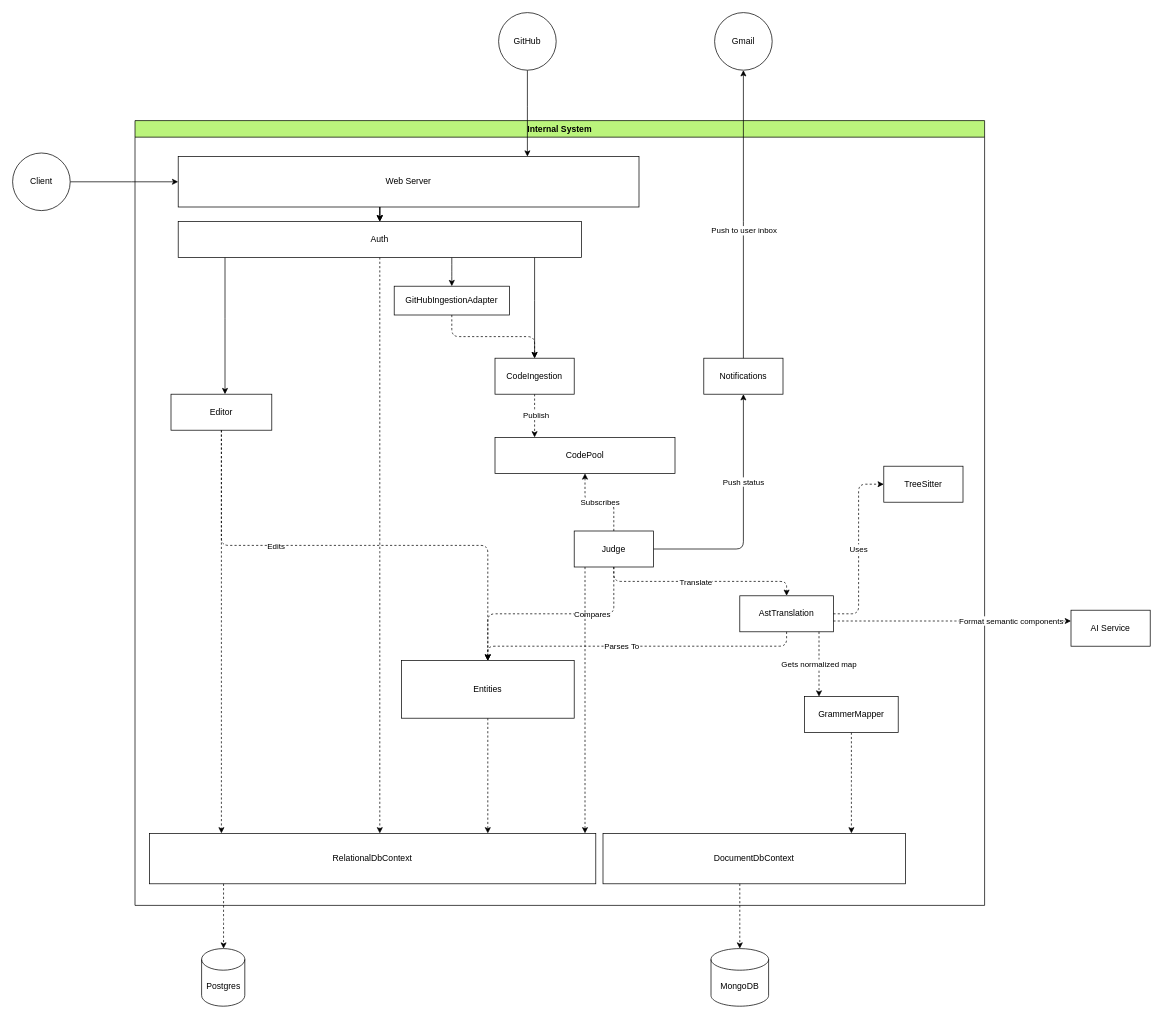
The draw.io diagram Docs/Internal/architecture.drawio in Wright-u/core-backend, before the edit. Source tidied: cells renumbered, new cells numbered last; positions are measured from the earlier drawing's top-left corner, leaving out a move shared by most shapes. Both pictures are drawn from the tidied source at 72%, with x=0, y=0 at pixel (12, 12).
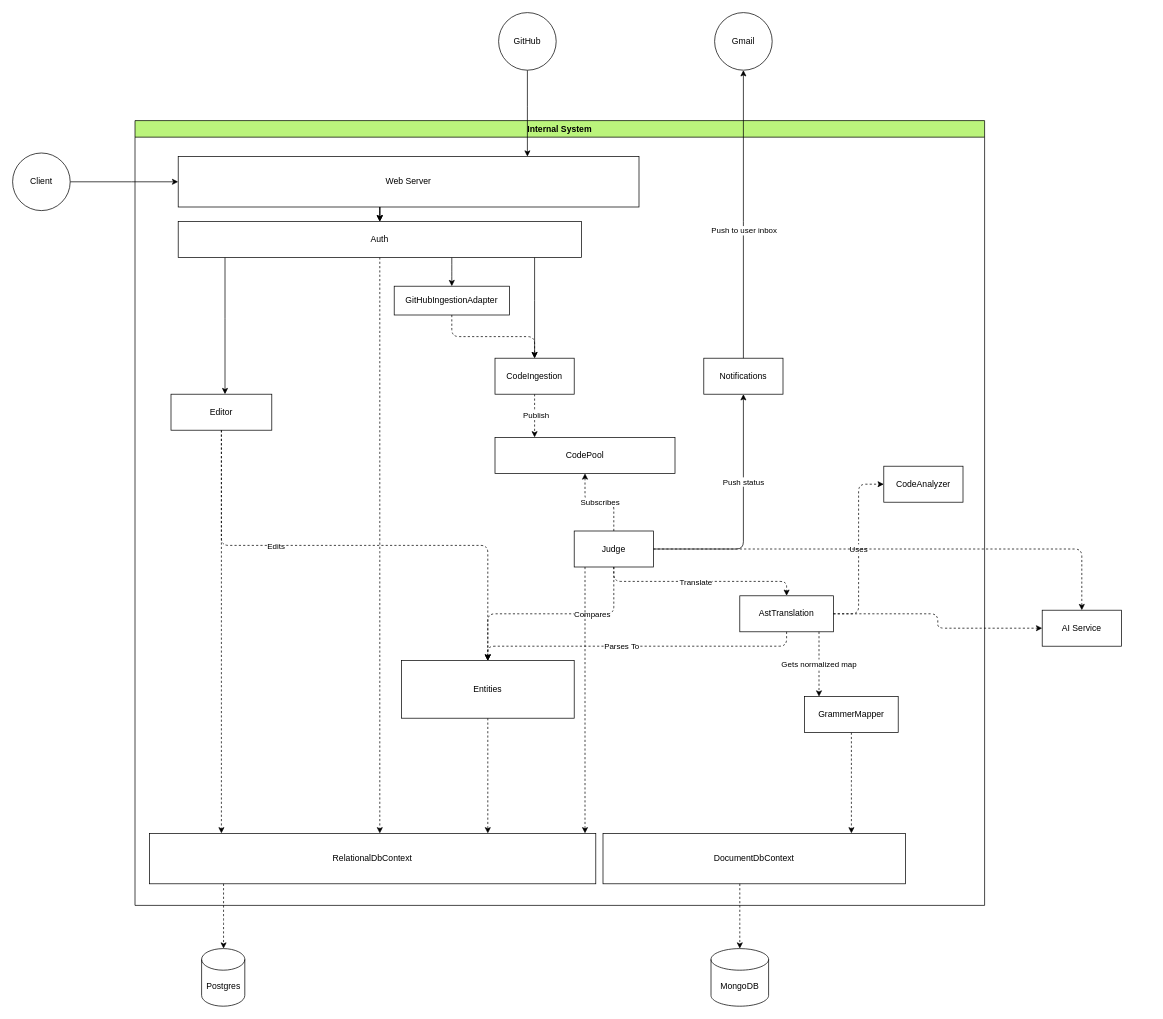
Above is the later version.

Commit message:
Change architecture a bit

The change refers to these unchanged cells:
```xml
<mxCell id="2" value="Internal System" style="swimlane;whiteSpace=wrap;html=1;fillColor=light-dark(#BBF47C,#BBF47C);fontColor=light-dark(#000000,#000000);" parent="1" vertex="1">
  <mxGeometry x="170" y="150" width="1180" height="1090" as="geometry" />
</mxCell>
<mxCell id="11" value="Judge" style="html=1;whiteSpace=wrap;" parent="2" vertex="1">
  <mxGeometry x="610" y="570" width="110" height="50" as="geometry" />
</mxCell>
<mxCell id="12" value="AstTranslation" style="html=1;whiteSpace=wrap;" parent="2" vertex="1">
  <mxGeometry x="840" y="660" width="130" height="50" as="geometry" />
</mxCell>
```

The edit, as a diff of the source:
```diff
@@
-    <mxCell id="3" value="TreeSitter" style="html=1;whiteSpace=wrap;" parent="2" vertex="1">
+    <mxCell id="3" value="CodeAnalyzer" style="html=1;whiteSpace=wrap;" parent="2" vertex="1">
       <mxGeometry x="1040" y="480" width="110" height="50" as="geometry" />
     </mxCell>
@@
     <mxCell id="45" value="AI Service" style="html=1;whiteSpace=wrap;" parent="1" vertex="1">
-      <mxGeometry x="1470" y="830" width="110" height="50" as="geometry" />
+      <mxGeometry x="1430" y="830" width="110" height="50" as="geometry" />
     </mxCell>
-    <mxCell id="46" style="edgeStyle=elbowEdgeStyle;html=1;elbow=vertical;dashed=1;" parent="1" edge="1" source="12" target="45">
-      <mxGeometry relative="1" as="geometry" />
-    </mxCell>
-    <mxCell id="47" value="Format semantic components" style="edgeLabel;html=1;align=center;verticalAlign=middle;" parent="46" vertex="1">
-      <mxGeometry x="0.49" y="1" relative="1" as="geometry" />
-    </mxCell>
@@
+    <mxCell id="59" style="edgeStyle=orthogonalEdgeStyle;html=1;dashed=1;libavoidRouting=1;" parent="1" edge="1" source="11" target="45">
+      <mxGeometry relative="1" as="geometry">
+        <Array as="points">
+          <mxPoint x="1485" y="745" />
+        </Array>
+      </mxGeometry>
+    </mxCell>
+    <mxCell id="46" style="edgeStyle=orthogonalEdgeStyle;html=1;dashed=1;libavoidRouting=1;" parent="1" edge="1" source="12" target="45">
+      <mxGeometry relative="1" as="geometry">
+        <Array as="points">
+          <mxPoint x="1285" y="835" />
+          <mxPoint x="1285" y="855" />
+        </Array>
+      </mxGeometry>
+    </mxCell>
```
